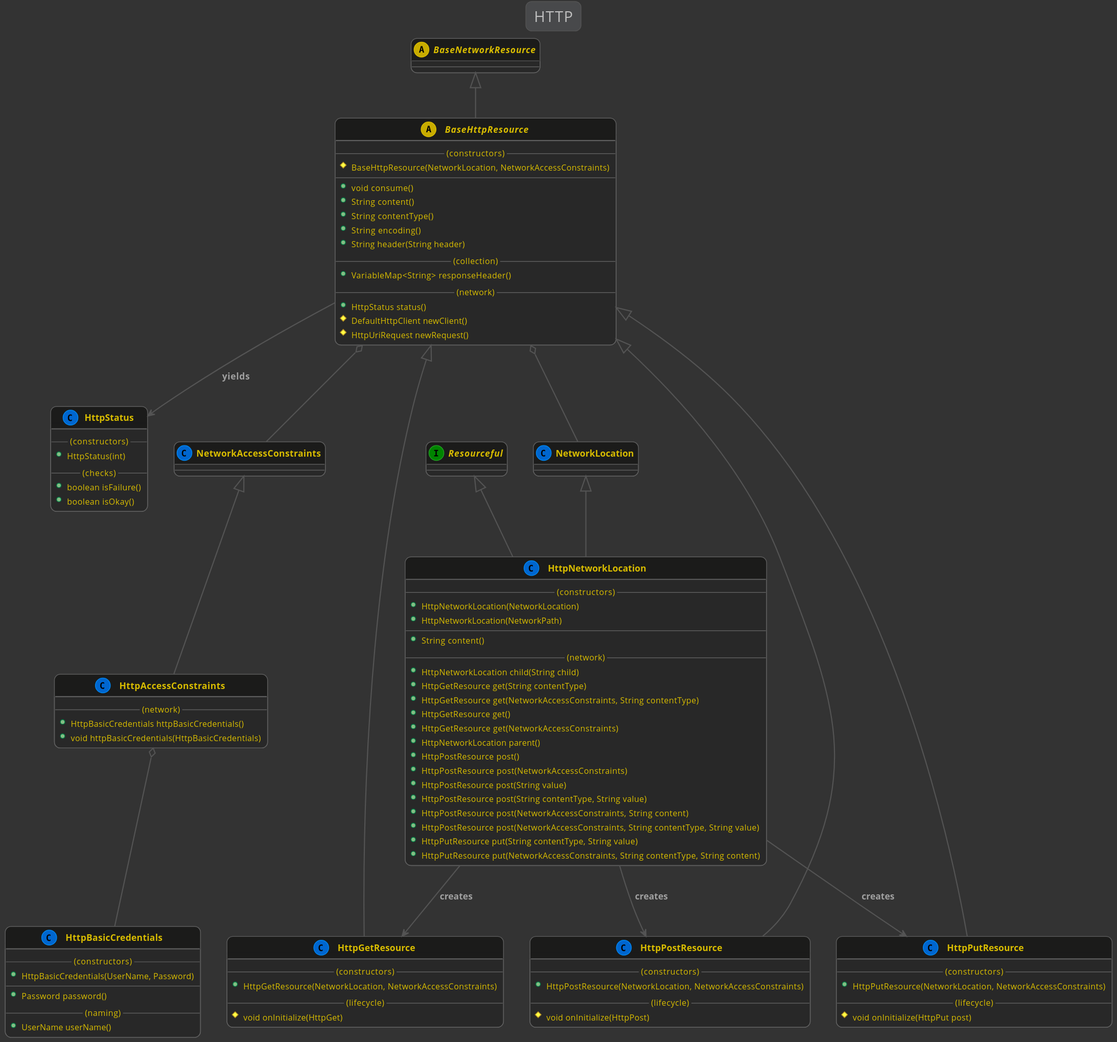
Telenav/kivakit-assets keeps this PlantUML diagram as docs/lexakai/kivakit/kivakit-core/network/http/documentation/diagrams/diagram-http.svg. Above is the earlier version.
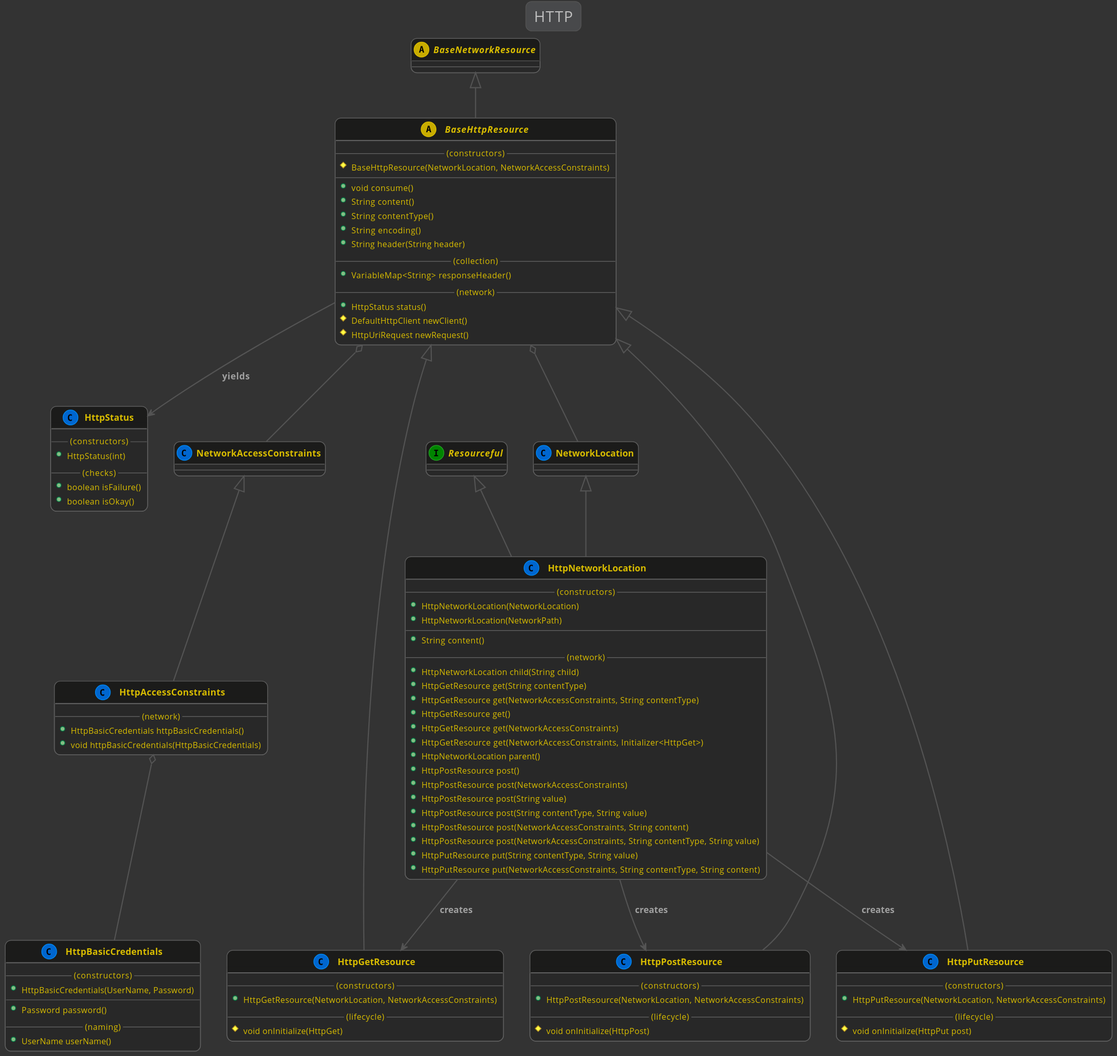
Above is the later version.

What changed in the source:
```diff
@@ -77,6 +77,7 @@
         +HttpGetResource get(NetworkAccessConstraints, String contentType)
         +HttpGetResource get()
         +HttpGetResource get(NetworkAccessConstraints)
+        +HttpGetResource get(NetworkAccessConstraints, Initializer<HttpGet>)
         +HttpNetworkLocation parent()
         +HttpPostResource post()
         +HttpPostResource post(NetworkAccessConstraints)
```
